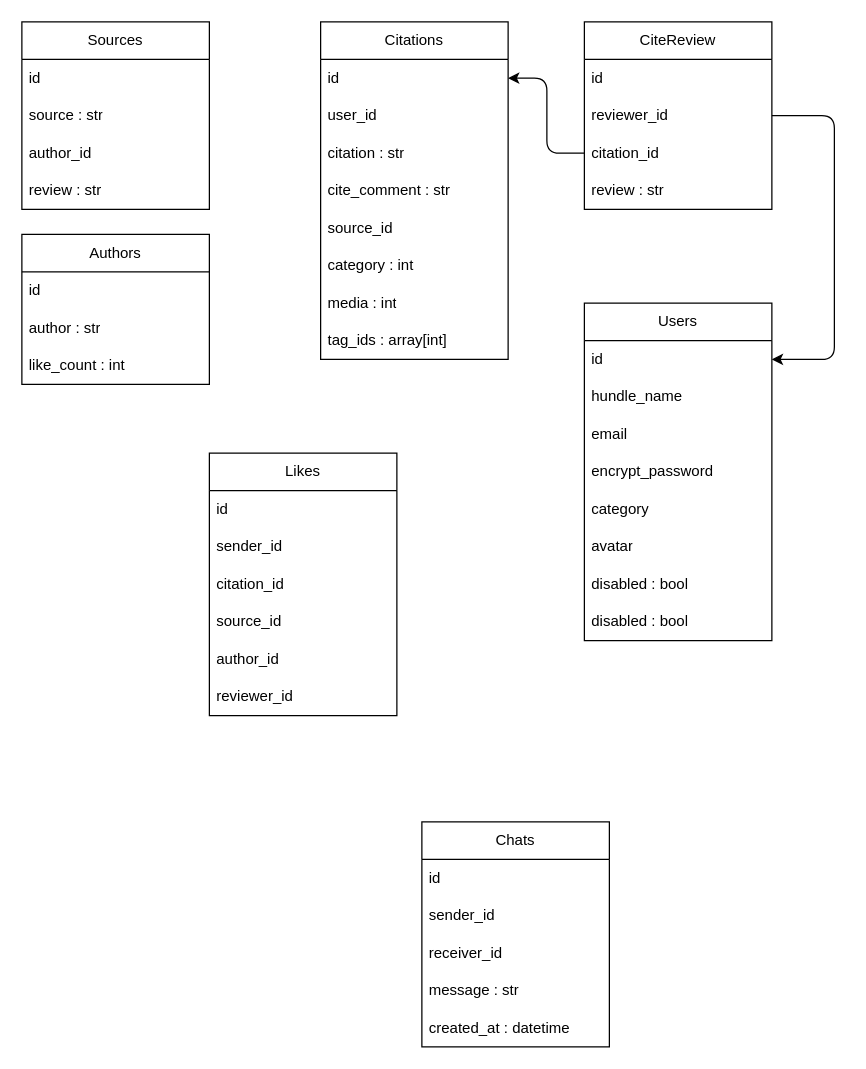
Earlier version of the draw.io diagram RD/ER.dio (YoshidaYuhei/django_labo). Source tidied: cells renumbered, new cells numbered last; positions are measured from the earlier drawing's top-left corner, leaving out a move shared by most shapes. Both pictures are drawn from the tidied source at 125%, with x=0, y=0 at pixel (21, 21).
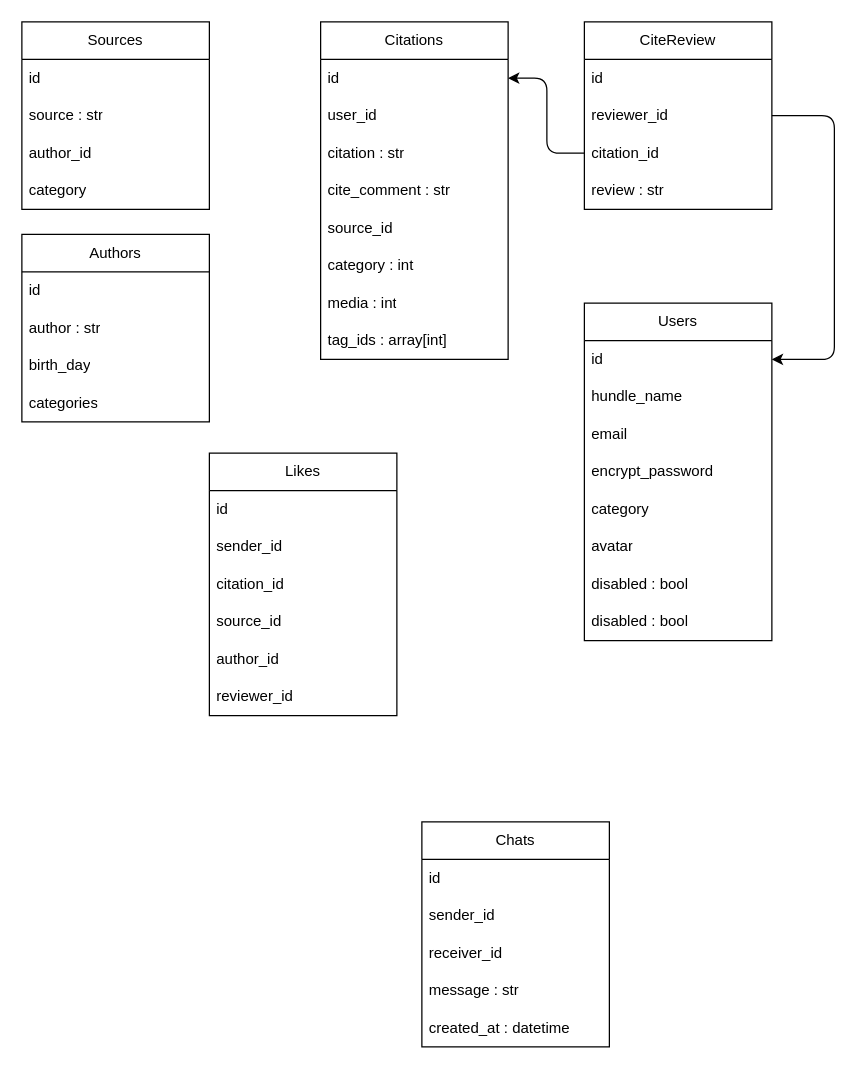
Above is the later version.

Commit message (it also covers changes not shown here):
feat:Docker-compose

Unchanged cells that the change refers to:
```xml
<mxCell id="37" value="Sources" style="swimlane;fontStyle=0;horizontal=1;startSize=30;whiteSpace=wrap;html=1;" parent="1" vertex="1">
  <mxGeometry width="150" height="150" as="geometry" />
</mxCell>
```

What changed in the source:
```diff
@@
     <mxCell id="31" value="Authors" style="swimlane;fontStyle=0;horizontal=1;startSize=30;whiteSpace=wrap;html=1;" parent="1" vertex="1">
-      <mxGeometry y="170" width="150" height="120" as="geometry" />
+      <mxGeometry y="170" width="150" height="150" as="geometry" />
     </mxCell>
@@
+    <mxCell id="49" value="author : str" style="text;strokeColor=none;fillColor=none;align=left;verticalAlign=middle;spacingLeft=4;spacingRight=4;overflow=hidden;whiteSpace=wrap;html=1;" parent="31" vertex="1">
+      <mxGeometry y="60" width="150" height="30" as="geometry" />
+    </mxCell>
-    <mxCell id="33" value="author : str" style="text;strokeColor=none;fillColor=none;align=left;verticalAlign=middle;spacingLeft=4;spacingRight=4;overflow=hidden;whiteSpace=wrap;html=1;" parent="31" vertex="1">
-      <mxGeometry y="60" width="150" height="30" as="geometry" />
+    <mxCell id="33" value="birth_day" style="text;strokeColor=none;fillColor=none;align=left;verticalAlign=middle;spacingLeft=4;spacingRight=4;overflow=hidden;whiteSpace=wrap;html=1;" parent="31" vertex="1">
+      <mxGeometry y="90" width="150" height="30" as="geometry" />
     </mxCell>
-    <mxCell id="34" value="like_count : int" style="text;strokeColor=none;fillColor=none;align=left;verticalAlign=middle;spacingLeft=4;spacingRight=4;overflow=hidden;whiteSpace=wrap;html=1;" parent="31" vertex="1">
-      <mxGeometry y="90" width="150" height="30" as="geometry" />
-    </mxCell>
+    <mxCell id="50" value="categories" style="text;strokeColor=none;fillColor=none;align=left;verticalAlign=middle;spacingLeft=4;spacingRight=4;overflow=hidden;whiteSpace=wrap;html=1;" parent="31" vertex="1">
+      <mxGeometry y="120" width="150" height="30" as="geometry" />
+    </mxCell>
@@
-    <mxCell id="41" value="review : str" style="text;strokeColor=none;fillColor=none;align=left;verticalAlign=middle;spacingLeft=4;spacingRight=4;overflow=hidden;whiteSpace=wrap;html=1;" parent="37" vertex="1">
-      <mxGeometry y="120" width="150" height="30" as="geometry" />
-    </mxCell>
+    <mxCell id="51" value="category" style="text;strokeColor=none;fillColor=none;align=left;verticalAlign=middle;spacingLeft=4;spacingRight=4;overflow=hidden;whiteSpace=wrap;html=1;" parent="37" vertex="1">
+      <mxGeometry y="120" width="150" height="30" as="geometry" />
+    </mxCell>
```
